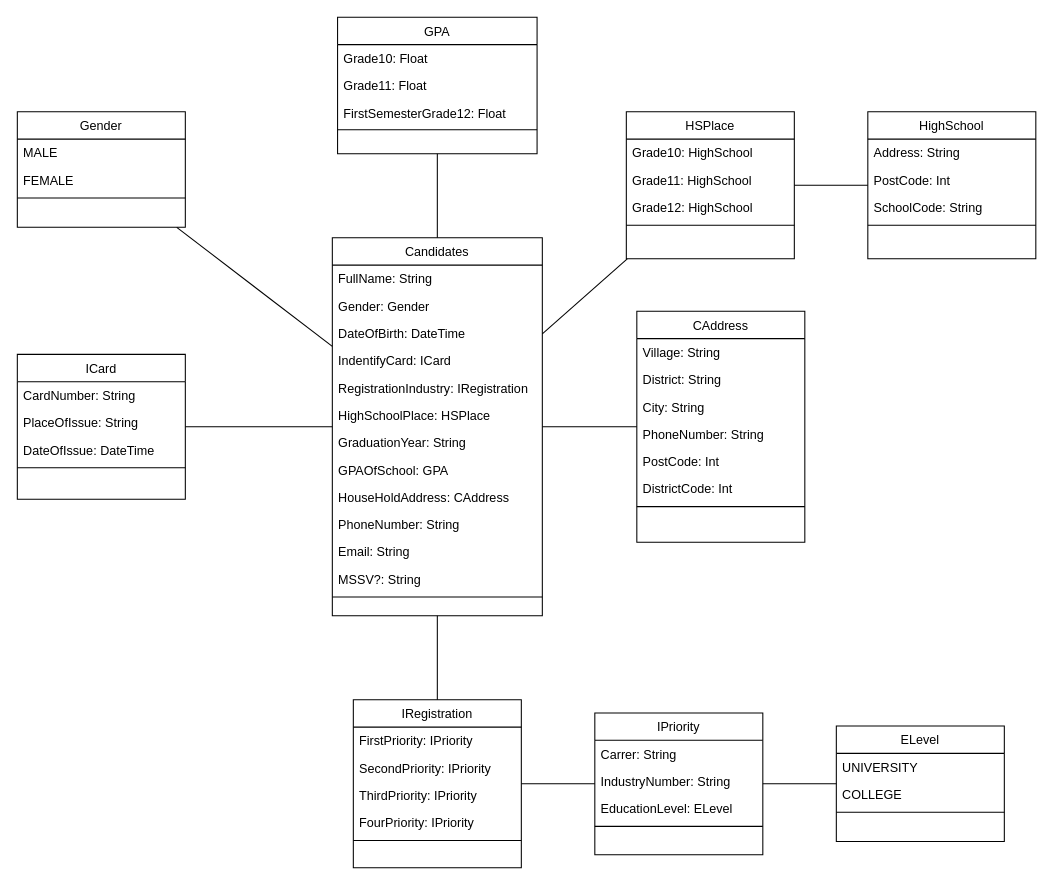
Above: Untitled Diagram.drawio in nguyenbinhanltv/dotnet (draw.io), before the change. Source tidied: cells renumbered, new cells numbered last; positions are measured from the earlier drawing's top-left corner, leaving out a move shared by most shapes. Both pictures are drawn from the tidied source at 105%, with x=0, y=0 at pixel (17, 17).
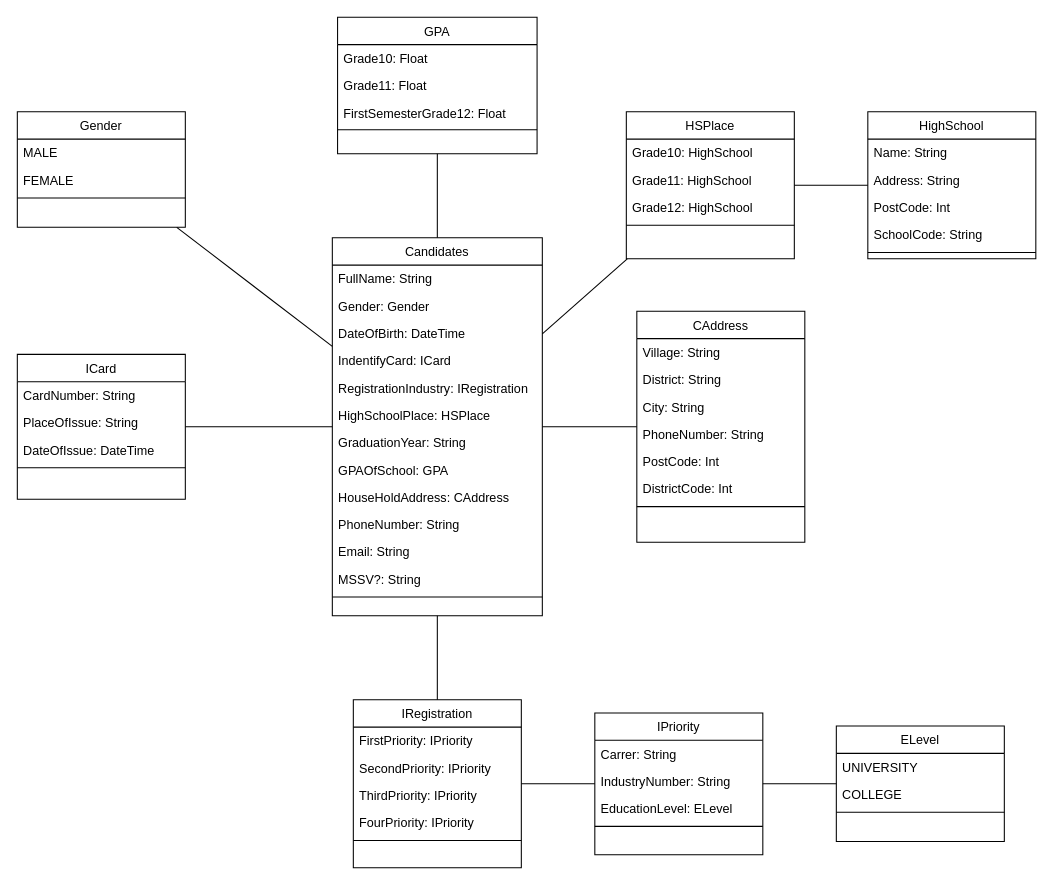
Above is the later version.

The change refers to these unchanged cells:
```xml
<mxCell id="50" value="HighSchool" style="swimlane;fontStyle=0;align=center;verticalAlign=top;horizontal=1;startSize=26;rounded=0;shadow=0;strokeWidth=1;" parent="1" vertex="1">
  <mxGeometry x="810" y="90" width="160" height="140" as="geometry" />
</mxCell>
```

The edit, as a diff of the source:
```diff
@@
-    <mxCell id="51" value="Address: String" style="text;align=left;verticalAlign=top;spacingLeft=4;spacingRight=4;overflow=hidden;" parent="50" vertex="1">
+    <mxCell id="51" value="Name: String" style="text;align=left;verticalAlign=top;spacingLeft=4;spacingRight=4;overflow=hidden;" parent="50" vertex="1">
       <mxGeometry y="26" width="160" height="26" as="geometry" />
     </mxCell>
+    <mxCell id="72" value="Address: String" style="text;align=left;verticalAlign=top;spacingLeft=4;spacingRight=4;overflow=hidden;" parent="50" vertex="1">
+      <mxGeometry y="52" width="160" height="26" as="geometry" />
+    </mxCell>
     <mxCell id="52" value="PostCode: Int" style="text;align=left;verticalAlign=top;spacingLeft=4;spacingRight=4;overflow=hidden;rounded=0;shadow=0;html=0;" parent="50" vertex="1">
-      <mxGeometry y="52" width="160" height="26" as="geometry" />
+      <mxGeometry y="78" width="160" height="26" as="geometry" />
     </mxCell>
     <mxCell id="53" value="SchoolCode: String" style="text;align=left;verticalAlign=top;spacingLeft=4;spacingRight=4;overflow=hidden;rounded=0;shadow=0;html=0;" parent="50" vertex="1">
-      <mxGeometry y="78" width="160" height="26" as="geometry" />
+      <mxGeometry y="104" width="160" height="26" as="geometry" />
     </mxCell>
     <mxCell id="54" style="line;html=1;strokeWidth=1;align=left;verticalAlign=middle;spacingTop=-1;spacingLeft=3;spacingRight=3;labelPosition=right;" parent="50" vertex="1">
-      <mxGeometry y="104" width="160" height="8" as="geometry" />
+      <mxGeometry y="130" width="160" height="8" as="geometry" />
     </mxCell>
```
